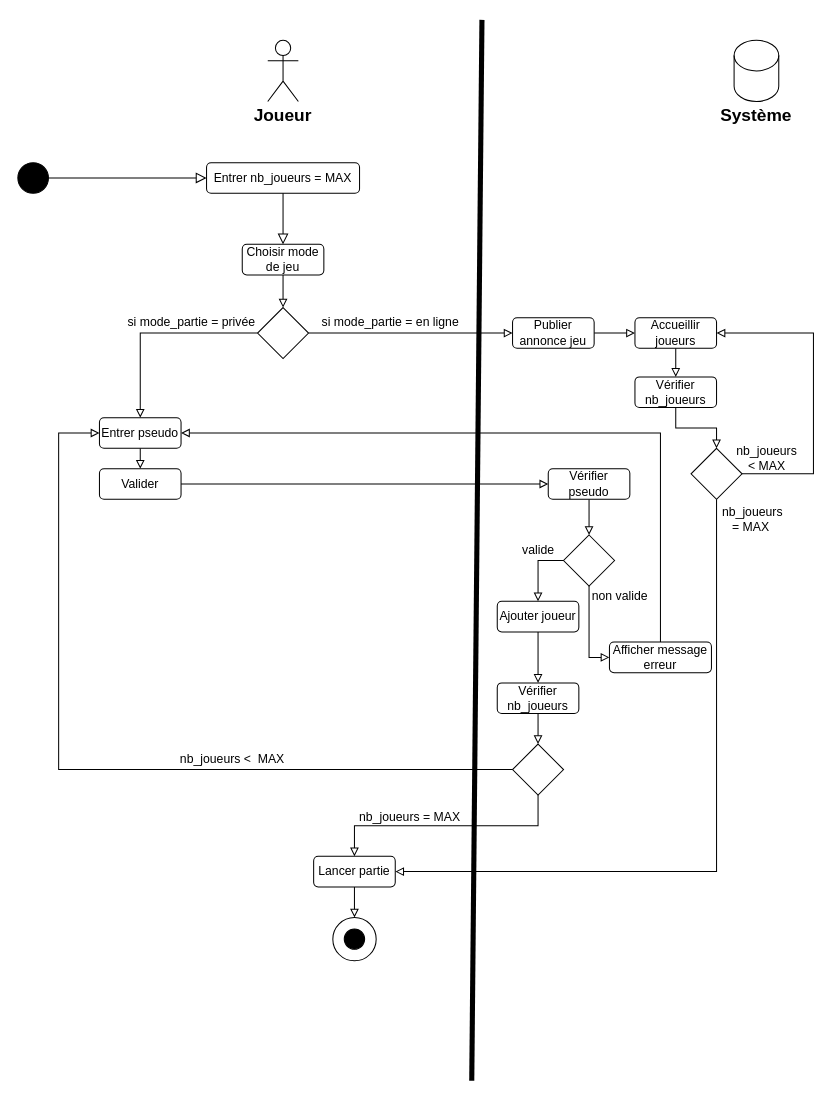
Igniiis/projet_splendor keeps this draw.io diagram as Diagrammes/Diagramme activité créer partie.drawio. Above is the earlier version. Source tidied: cells renumbered, new cells numbered last; positions are measured from the earlier drawing's top-left corner, leaving out a move shared by most shapes. Both pictures are drawn from the tidied source at 102%, with x=0, y=0 at pixel (17, 19).
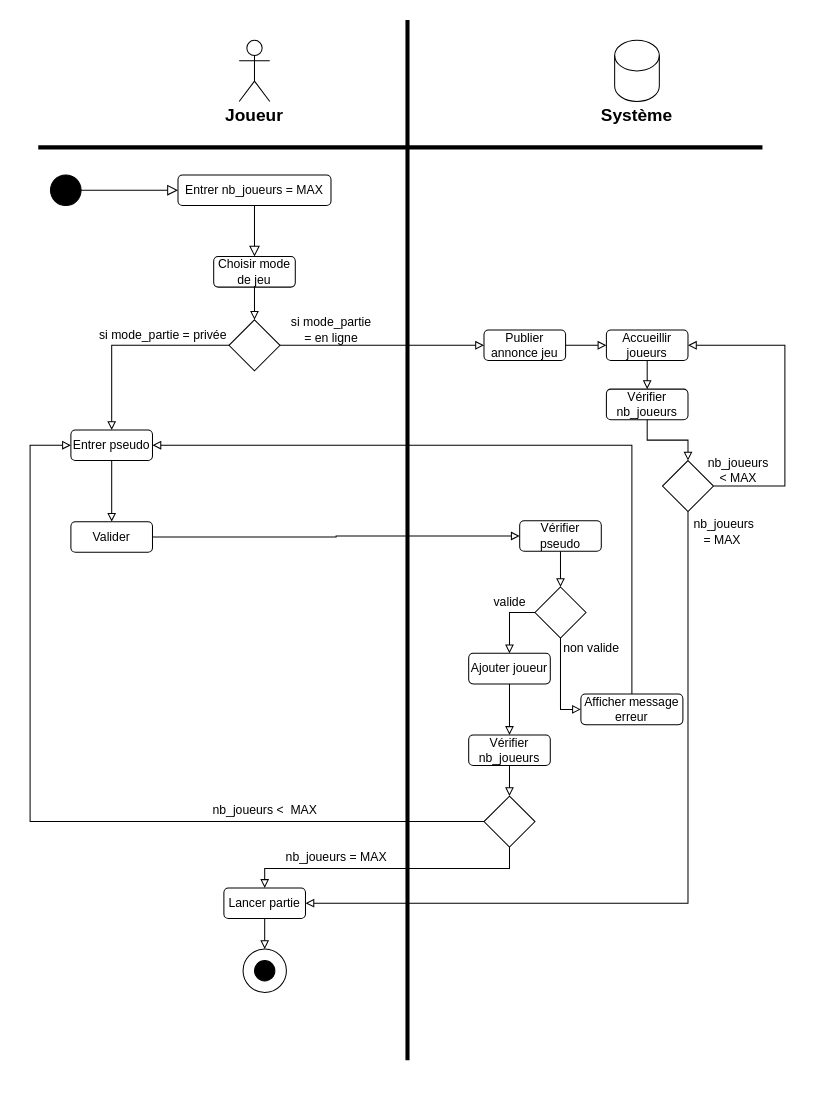
The same diagram, later.

Commit message (it also covers changes not shown here):
Mettre à jour Diagramme activité créer partie.drawio

The edit, as a diff of the source:
```diff
@@
     <mxCell id="2" value="Choisir mode de jeu" style="rounded=1;whiteSpace=wrap;html=1;fontSize=12;glass=0;strokeWidth=1;shadow=0;" parent="1" vertex="1">
-      <mxGeometry x="220" y="220" width="80" height="30" as="geometry" />
+      <mxGeometry x="192" y="232" width="80" height="30" as="geometry" />
     </mxCell>
     <mxCell id="3" style="ellipse;whiteSpace=wrap;html=1;fillColor=#000000;" parent="1" vertex="1">
-      <mxGeometry y="140" width="30" height="30" as="geometry" />
+      <mxGeometry x="32" y="152" width="30" height="30" as="geometry" />
     </mxCell>
@@
     <mxCell id="5" value="&lt;font style=&quot;font-size: 17px;&quot;&gt;&lt;b&gt;Joueur&lt;/b&gt;&lt;/font&gt;" style="text;html=1;strokeColor=none;fillColor=none;align=center;verticalAlign=middle;whiteSpace=wrap;rounded=0;" parent="1" vertex="1">
-      <mxGeometry x="230" y="80" width="60" height="30" as="geometry" />
+      <mxGeometry x="202" y="80" width="60" height="30" as="geometry" />
     </mxCell>
     <mxCell id="6" value="&lt;b&gt;&lt;font style=&quot;font-size: 17px;&quot;&gt;Système&lt;/font&gt;&lt;/b&gt;" style="text;html=1;strokeColor=none;fillColor=none;align=center;verticalAlign=middle;whiteSpace=wrap;rounded=0;" parent="1" vertex="1">
-      <mxGeometry x="694" y="80" width="60" height="30" as="geometry" />
+      <mxGeometry x="577" y="80" width="60" height="30" as="geometry" />
     </mxCell>
-    <mxCell id="7" style="endArrow=none;html=1;rounded=0;strokeWidth=5;" parent="1" edge="1">
-      <mxGeometry relative="1" as="geometry">
-        <mxPoint x="445" y="1040" as="sourcePoint" />
-        <mxPoint x="455" as="targetPoint" />
-      </mxGeometry>
-    </mxCell>
     <mxCell id="8" value="Entrer nb_joueurs = MAX" style="rounded=1;whiteSpace=wrap;html=1;fontSize=12;glass=0;strokeWidth=1;shadow=0;" parent="1" vertex="1">
-      <mxGeometry x="185" y="140" width="150" height="30" as="geometry" />
+      <mxGeometry x="157" y="152" width="150" height="30" as="geometry" />
     </mxCell>
@@
     <mxCell id="10" style="edgeStyle=orthogonalEdgeStyle;rounded=0;jettySize=auto;html=1;exitX=0;exitY=0.5;exitDx=0;exitDy=0;endArrow=block;endFill=0;entryX=0.5;entryY=0;entryDx=0;entryDy=0;" parent="1" edge="1" source="12" target="21">
       <mxGeometry relative="1" as="geometry">
         <Array as="points">
-          <mxPoint x="120" y="307" />
+          <mxPoint x="92" y="319" />
         </Array>
       </mxGeometry>
     </mxCell>
@@
     <mxCell id="12" style="rhombus;whiteSpace=wrap;html=1;" parent="1" vertex="1">
-      <mxGeometry x="235" y="282" width="50" height="50" as="geometry" />
+      <mxGeometry x="207" y="294" width="50" height="50" as="geometry" />
     </mxCell>
@@
     <mxCell id="14" style="shape=umlActor;verticalLabelPosition=bottom;verticalAlign=top;html=1;" parent="1" vertex="1">
-      <mxGeometry x="245" y="20" width="30" height="60" as="geometry" />
+      <mxGeometry x="217" y="20" width="30" height="60" as="geometry" />
     </mxCell>
     <mxCell id="15" style="shape=cylinder3;whiteSpace=wrap;html=1;boundedLbl=1;backgroundOutline=1;size=15;" parent="1" vertex="1">
-      <mxGeometry x="702.2" y="20" width="43.8" height="60" as="geometry" />
+      <mxGeometry x="585.1" y="20" width="43.8" height="60" as="geometry" />
     </mxCell>
-    <mxCell id="16" value="si mode_partie = en ligne" style="text;html=1;align=center;verticalAlign=middle;strokeColor=none;fillColor=none;" parent="1" vertex="1">
-      <mxGeometry x="285" y="282" width="160" height="30" as="geometry" />
+    <mxCell id="16" value="si mode_partie &lt;br&gt;= en ligne" style="text;html=1;align=center;verticalAlign=middle;strokeColor=none;fillColor=none;" parent="1" vertex="1">
+      <mxGeometry x="257" y="284" width="100" height="40" as="geometry" />
     </mxCell>
     <mxCell id="17" value="si mode_partie = privée" style="text;html=1;align=center;verticalAlign=middle;strokeColor=none;fillColor=none;" parent="1" vertex="1">
-      <mxGeometry x="95" y="282" width="150" height="30" as="geometry" />
+      <mxGeometry x="67" y="294" width="150" height="30" as="geometry" />
     </mxCell>
@@
     <mxCell id="19" value="Publier annonce jeu" style="rounded=1;whiteSpace=wrap;html=1;fontSize=12;glass=0;strokeWidth=1;shadow=0;" parent="1" vertex="1">
-      <mxGeometry x="485" y="292" width="80" height="30" as="geometry" />
+      <mxGeometry x="457" y="304" width="80" height="30" as="geometry" />
     </mxCell>
@@
     <mxCell id="21" value="Entrer pseudo" style="rounded=1;whiteSpace=wrap;html=1;fontSize=12;glass=0;strokeWidth=1;shadow=0;" parent="1" vertex="1">
-      <mxGeometry x="80" y="390" width="80" height="30" as="geometry" />
+      <mxGeometry x="52" y="402" width="80" height="30" as="geometry" />
     </mxCell>
@@
     <mxCell id="23" value="Valider" style="rounded=1;whiteSpace=wrap;html=1;fontSize=12;glass=0;strokeWidth=1;shadow=0;" parent="1" vertex="1">
-      <mxGeometry x="80" y="440" width="80" height="30" as="geometry" />
+      <mxGeometry x="52" y="492" width="80" height="30" as="geometry" />
     </mxCell>
@@
     <mxCell id="25" value="Vérifier pseudo" style="rounded=1;whiteSpace=wrap;html=1;fontSize=12;glass=0;strokeWidth=1;shadow=0;" parent="1" vertex="1">
-      <mxGeometry x="520" y="440" width="80" height="30" as="geometry" />
+      <mxGeometry x="492" y="491" width="80" height="30" as="geometry" />
     </mxCell>
     <mxCell id="26" style="edgeStyle=orthogonalEdgeStyle;rounded=0;jettySize=auto;html=1;endArrow=block;endFill=0;exitX=0.5;exitY=1;exitDx=0;exitDy=0;" parent="1" edge="1" source="28" target="32">
       <mxGeometry relative="1" as="geometry">
         <Array as="points">
-          <mxPoint x="560" y="625" />
+          <mxPoint x="532" y="676" />
         </Array>
       </mxGeometry>
     </mxCell>
@@
     <mxCell id="28" style="rhombus;whiteSpace=wrap;html=1;" parent="1" vertex="1">
-      <mxGeometry x="535" y="505" width="50" height="50" as="geometry" />
+      <mxGeometry x="507" y="556" width="50" height="50" as="geometry" />
     </mxCell>
@@
     <mxCell id="30" value="Ajouter joueur" style="rounded=1;whiteSpace=wrap;html=1;fontSize=12;glass=0;strokeWidth=1;shadow=0;" parent="1" vertex="1">
-      <mxGeometry x="470" y="570" width="80" height="30" as="geometry" />
+      <mxGeometry x="442" y="621" width="80" height="30" as="geometry" />
     </mxCell>
     <mxCell id="31" style="edgeStyle=orthogonalEdgeStyle;rounded=0;jettySize=auto;html=1;exitX=0.5;exitY=0;exitDx=0;exitDy=0;endArrow=block;endFill=0;" parent="1" edge="1" source="32" target="21">
       <mxGeometry relative="1" as="geometry">
         <Array as="points">
-          <mxPoint x="630" y="405" />
+          <mxPoint x="602" y="417" />
         </Array>
       </mxGeometry>
     </mxCell>
     <mxCell id="32" value="Afficher message erreur" style="rounded=1;whiteSpace=wrap;html=1;fontSize=12;glass=0;strokeWidth=1;shadow=0;" parent="1" vertex="1">
-      <mxGeometry x="580" y="610" width="100" height="30" as="geometry" />
+      <mxGeometry x="552" y="661" width="100" height="30" as="geometry" />
     </mxCell>
     <mxCell id="33" value="non valide" style="text;html=1;align=center;verticalAlign=middle;strokeColor=none;fillColor=none;" parent="1" vertex="1">
-      <mxGeometry x="550" y="550" width="80" height="30" as="geometry" />
+      <mxGeometry x="522" y="601" width="80" height="30" as="geometry" />
     </mxCell>
     <mxCell id="34" value="valide" style="text;html=1;align=center;verticalAlign=middle;strokeColor=none;fillColor=none;" parent="1" vertex="1">
-      <mxGeometry x="485" y="505" width="50" height="30" as="geometry" />
+      <mxGeometry x="457" y="556" width="50" height="30" as="geometry" />
     </mxCell>
     <mxCell id="35" value="Vérifier nb_joueurs" style="rounded=1;whiteSpace=wrap;html=1;fontSize=12;glass=0;strokeWidth=1;shadow=0;" parent="1" vertex="1">
-      <mxGeometry x="470" y="650" width="80" height="30" as="geometry" />
+      <mxGeometry x="442" y="701" width="80" height="30" as="geometry" />
     </mxCell>
     <mxCell id="36" style="edgeStyle=orthogonalEdgeStyle;rounded=0;jettySize=auto;html=1;exitX=0;exitY=0.5;exitDx=0;exitDy=0;endArrow=block;endFill=0;" parent="1" edge="1" source="38" target="21">
       <mxGeometry relative="1" as="geometry">
         <Array as="points">
-          <mxPoint x="40" y="735" />
-          <mxPoint x="40" y="405" />
+          <mxPoint x="12" y="786" />
+          <mxPoint x="12" y="417" />
         </Array>
       </mxGeometry>
     </mxCell>
-    <mxCell id="37" style="edgeStyle=orthogonalEdgeStyle;rounded=0;jettySize=auto;html=1;exitX=0.5;exitY=1;exitDx=0;exitDy=0;endArrow=block;endFill=0;" parent="1" edge="1" source="38" target="43">
-      <mxGeometry relative="1" as="geometry" />
+    <mxCell id="37" style="edgeStyle=orthogonalEdgeStyle;rounded=0;jettySize=auto;html=1;endArrow=block;endFill=0;" parent="1" edge="1" source="38" target="43">
+      <mxGeometry relative="1" as="geometry">
+        <Array as="points">
+          <mxPoint x="482" y="832" />
+          <mxPoint x="242" y="832" />
+        </Array>
+      </mxGeometry>
     </mxCell>
     <mxCell id="38" style="rhombus;whiteSpace=wrap;html=1;" parent="1" vertex="1">
-      <mxGeometry x="485" y="710" width="50" height="50" as="geometry" />
+      <mxGeometry x="457" y="761" width="50" height="50" as="geometry" />
     </mxCell>
@@
     <mxCell id="40" value="nb_joueurs &amp;lt; &amp;nbsp;MAX" style="text;html=1;align=center;verticalAlign=middle;strokeColor=none;fillColor=none;" parent="1" vertex="1">
-      <mxGeometry x="145" y="710" width="130" height="30" as="geometry" />
+      <mxGeometry x="177" y="760" width="130" height="30" as="geometry" />
     </mxCell>
     <mxCell id="41" value="nb_joueurs = MAX" style="text;html=1;align=center;verticalAlign=middle;strokeColor=none;fillColor=none;" parent="1" vertex="1">
-      <mxGeometry x="324" y="767" width="120" height="30" as="geometry" />
+      <mxGeometry x="252" y="806" width="120" height="30" as="geometry" />
     </mxCell>
@@
     <mxCell id="43" value="Lancer partie" style="rounded=1;whiteSpace=wrap;html=1;fontSize=12;glass=0;strokeWidth=1;shadow=0;" parent="1" vertex="1">
-      <mxGeometry x="290" y="820" width="80" height="30" as="geometry" />
+      <mxGeometry x="202" y="851" width="80" height="30" as="geometry" />
     </mxCell>
@@
     <mxCell id="45" value="Accueillir joueurs" style="rounded=1;whiteSpace=wrap;html=1;fontSize=12;glass=0;strokeWidth=1;shadow=0;" parent="1" vertex="1">
-      <mxGeometry x="605" y="292" width="80" height="30" as="geometry" />
+      <mxGeometry x="577" y="304" width="80" height="30" as="geometry" />
     </mxCell>
     <mxCell id="46" value="Vérifier nb_joueurs" style="rounded=1;whiteSpace=wrap;html=1;fontSize=12;glass=0;strokeWidth=1;shadow=0;" parent="1" vertex="1">
-      <mxGeometry x="605" y="350" width="80" height="30" as="geometry" />
+      <mxGeometry x="577" y="362" width="80" height="30" as="geometry" />
     </mxCell>
     <mxCell id="47" style="edgeStyle=orthogonalEdgeStyle;rounded=0;jettySize=auto;html=1;exitX=1;exitY=0.5;exitDx=0;exitDy=0;endArrow=block;endFill=0;" parent="1" edge="1" source="49" target="45">
       <mxGeometry relative="1" as="geometry">
         <Array as="points">
-          <mxPoint x="780" y="445" />
-          <mxPoint x="780" y="307" />
+          <mxPoint x="752" y="457" />
+          <mxPoint x="752" y="319" />
         </Array>
       </mxGeometry>
     </mxCell>
     <mxCell id="48" style="edgeStyle=orthogonalEdgeStyle;rounded=0;jettySize=auto;html=1;exitX=0.5;exitY=1;exitDx=0;exitDy=0;endArrow=block;endFill=0;" parent="1" edge="1" source="49" target="43">
       <mxGeometry relative="1" as="geometry">
         <Array as="points">
-          <mxPoint x="685" y="835" />
+          <mxPoint x="657" y="866" />
         </Array>
       </mxGeometry>
     </mxCell>
     <mxCell id="49" style="rhombus;whiteSpace=wrap;html=1;" parent="1" vertex="1">
-      <mxGeometry x="660" y="420" width="50" height="50" as="geometry" />
+      <mxGeometry x="632" y="432" width="50" height="50" as="geometry" />
     </mxCell>
@@
     <mxCell id="51" value="nb_joueurs &lt;br&gt;&amp;lt; MAX" style="text;html=1;align=center;verticalAlign=middle;strokeColor=none;fillColor=none;" parent="1" vertex="1">
-      <mxGeometry x="694" y="410" width="80" height="40" as="geometry" />
+      <mxGeometry x="666" y="422" width="80" height="40" as="geometry" />
     </mxCell>
     <mxCell id="52" value="nb_joueurs &lt;br&gt;= MAX&amp;nbsp;" style="text;html=1;align=center;verticalAlign=middle;strokeColor=none;fillColor=none;" parent="1" vertex="1">
-      <mxGeometry x="680" y="470" width="80" height="40" as="geometry" />
+      <mxGeometry x="652" y="482" width="80" height="40" as="geometry" />
     </mxCell>
     <mxCell id="53" style="ellipse;whiteSpace=wrap;html=1;fillColor=none;" parent="1" vertex="1">
-      <mxGeometry x="308.8" y="880" width="42.5" height="42.5" as="geometry" />
+      <mxGeometry x="220.8" y="911" width="42.5" height="42.5" as="geometry" />
     </mxCell>
     <mxCell id="54" style="ellipse;whiteSpace=wrap;html=1;fillColor=#000000;" parent="1" vertex="1">
-      <mxGeometry x="320" y="891.2" width="20" height="20" as="geometry" />
+      <mxGeometry x="232" y="922.2" width="20" height="20" as="geometry" />
     </mxCell>
+    <mxCell id="55" style="line;strokeWidth=4;direction=south;html=1;perimeter=backbonePerimeter;" parent="1" vertex="1">
+      <mxGeometry x="377" width="10" height="1020" as="geometry" />
+    </mxCell>
+    <mxCell id="56" style="line;strokeWidth=4;html=1;perimeter=backbonePerimeter;" parent="1" vertex="1">
+      <mxGeometry x="20" y="120" width="710" height="10" as="geometry" />
+    </mxCell>
```
